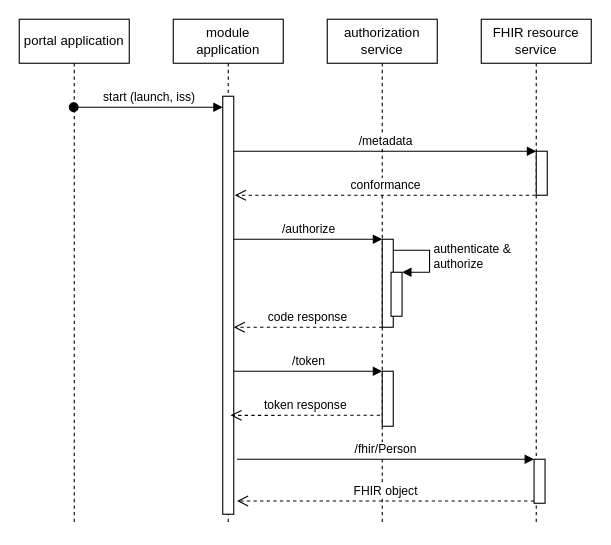
Before: diagrams/SMART on FHIR Application Launch Framework.drawio in Koppeltaal/Koppeltaal-2.0-SMART-HTI-On-FHIR, a draw.io diagram. Source tidied: cells renumbered, new cells numbered last; positions are measured from the earlier drawing's top-left corner, leaving out a move shared by most shapes. Both pictures are drawn from the tidied source at 110%, with x=0, y=0 at pixel (19, 19).
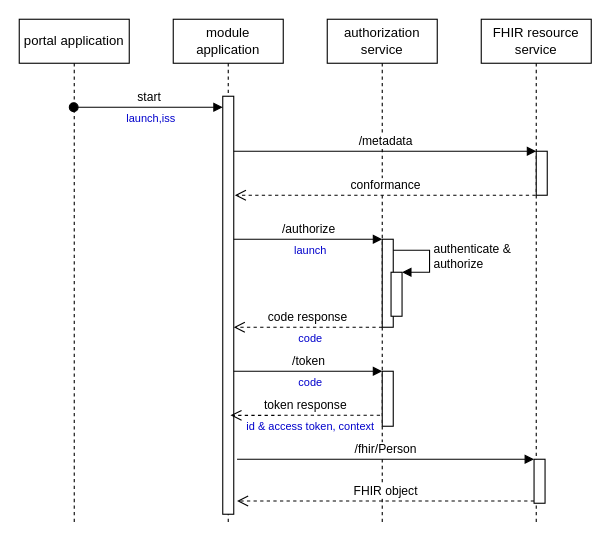
The same page after the edit.

The change refers to these unchanged cells:
```xml
<mxCell id="3" style="html=1;points=[];perimeter=orthogonalPerimeter;" parent="2" vertex="1">
  <mxGeometry x="45" y="70" width="10" height="380" as="geometry" />
</mxCell>
<mxCell id="4" value="portal application" style="shape=umlLifeline;perimeter=lifelinePerimeter;whiteSpace=wrap;html=1;outlineConnect=0;" parent="1" vertex="1">
  <mxGeometry width="100" height="460" as="geometry" />
</mxCell>
```

Diff of the diagram source:
```diff
@@
-    <mxCell id="7" value="start (launch, iss)" style="html=1;verticalAlign=bottom;startArrow=oval;endArrow=block;startSize=8;" parent="1" edge="1" source="4" target="3">
+    <mxCell id="7" value="start" style="html=1;verticalAlign=bottom;startArrow=oval;endArrow=block;startSize=8;" parent="1" edge="1" source="4" target="3">
       <mxGeometry relative="1" as="geometry">
         <Array as="points">
           <mxPoint x="140" y="80" />
         </Array>
       </mxGeometry>
     </mxCell>
@@
+    <mxCell id="22" value="launch,iss" style="text;html=1;strokeColor=none;fillColor=none;align=center;verticalAlign=middle;whiteSpace=wrap;rounded=0;fontSize=10;fontColor=#0000CC;" parent="1" vertex="1">
+      <mxGeometry x="50" y="80" width="140" height="20" as="geometry" />
+    </mxCell>
+    <mxCell id="23" value="launch" style="text;html=1;strokeColor=none;fillColor=none;align=center;verticalAlign=middle;whiteSpace=wrap;rounded=0;fontSize=10;fontColor=#0000CC;" parent="1" vertex="1">
+      <mxGeometry x="200" y="200" width="130" height="20" as="geometry" />
+    </mxCell>
+    <mxCell id="24" value="code" style="text;html=1;strokeColor=none;fillColor=none;align=center;verticalAlign=middle;whiteSpace=wrap;rounded=0;fontSize=10;fontColor=#0000CC;" parent="1" vertex="1">
+      <mxGeometry x="200" y="280" width="130" height="20" as="geometry" />
+    </mxCell>
+    <mxCell id="25" value="code" style="text;html=1;strokeColor=none;fillColor=none;align=center;verticalAlign=middle;whiteSpace=wrap;rounded=0;fontSize=10;fontColor=#0000CC;" parent="1" vertex="1">
+      <mxGeometry x="200" y="320" width="130" height="20" as="geometry" />
+    </mxCell>
+    <mxCell id="26" value="id &amp;amp; access token, context" style="text;html=1;strokeColor=none;fillColor=none;align=center;verticalAlign=middle;whiteSpace=wrap;rounded=0;fontSize=10;fontColor=#0000CC;" parent="1" vertex="1">
+      <mxGeometry x="200" y="360" width="130" height="20" as="geometry" />
+    </mxCell>
```
